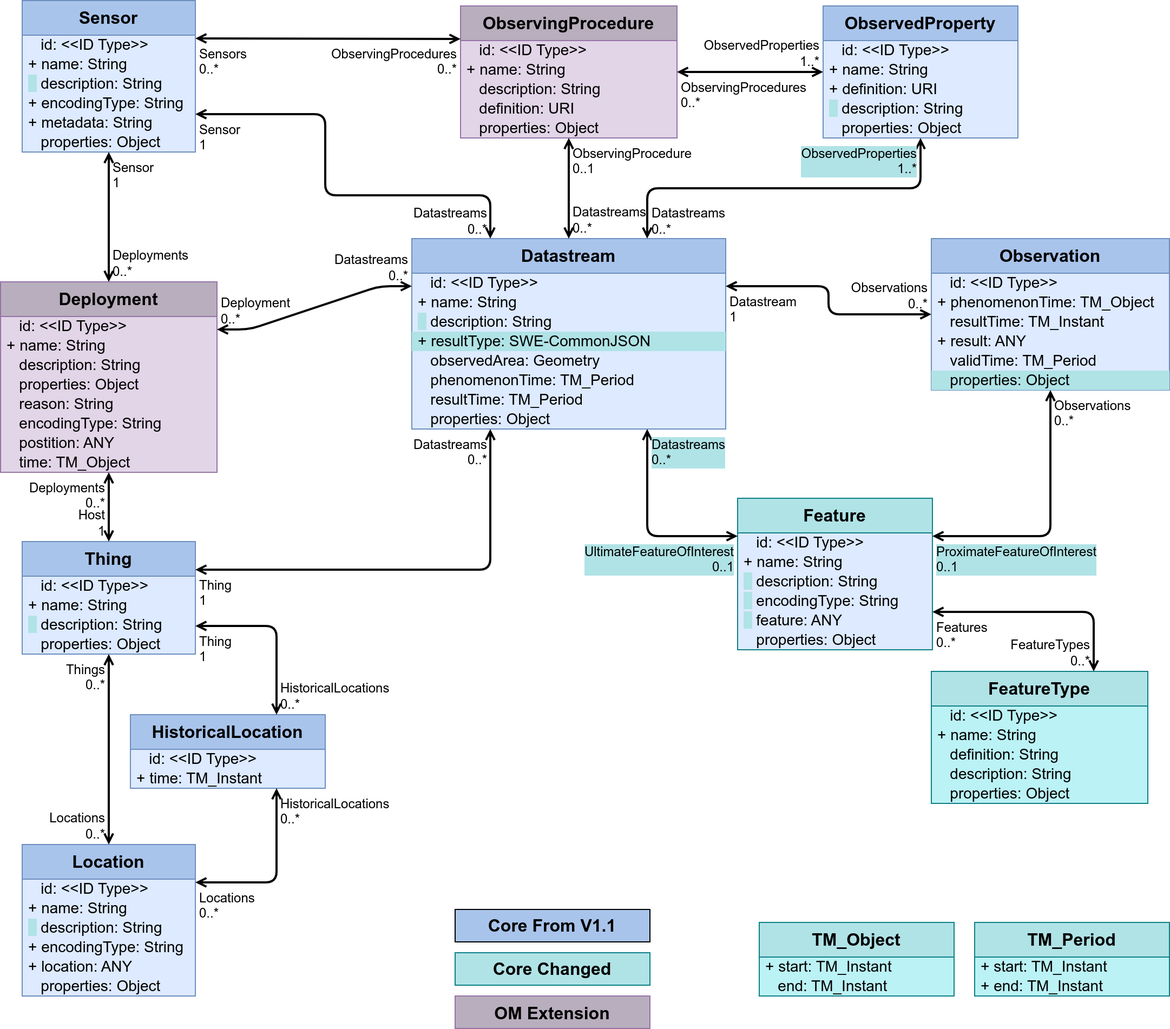
Earlier version of the draw.io export figures/Datamodel-SensorThingsApi-V2-proposal-1-OM.drawio.png (opengeospatial/sensorthings). Source tidied: cells renumbered, new cells last; positions are measured from the earlier drawing's top-left corner, leaving out a move shared by most shapes.
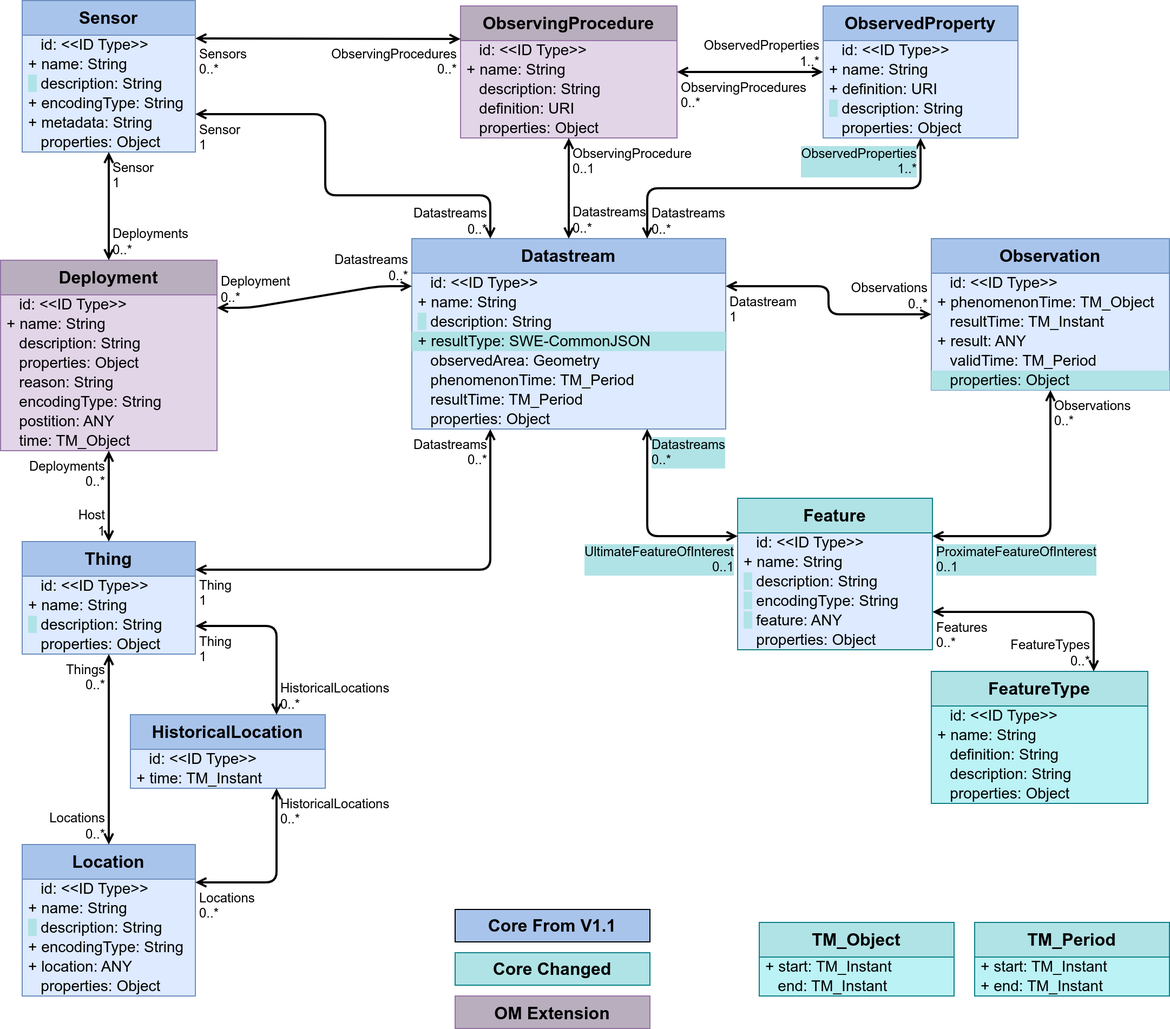
After the change.

Diff of the diagram source:
```diff
@@ -1,4 +1,4 @@
-<mxGraphModel>
+<mxGraphModel background="#ffffff">
   <root>
     <mxCell id="0" />
     <mxCell id="1" parent="0" />
@@ -30,7 +30,7 @@
       <mxGeometry y="158" width="290" height="18" as="geometry" />
     </mxCell>
     <mxCell id="11" value="Deployment" style="swimlane;fontStyle=1;horizontal=1;startSize=32;fontSize=16;whiteSpace=wrap;html=1;fillColor=#B8AEBD;strokeColor=#9673a6;swimlaneFillColor=#E1D5E7;verticalAlign=top;" parent="1" vertex="1">
-      <mxGeometry y="260" width="200" height="176" as="geometry" />
+      <mxGeometry y="240" width="200" height="176" as="geometry" />
     </mxCell>
     <mxCell id="12" value="&amp;nbsp;&amp;nbsp;&amp;nbsp;id: &amp;lt;&amp;lt;ID Type&amp;gt;&amp;gt;" style="text;strokeColor=none;fillColor=none;align=left;verticalAlign=middle;spacingLeft=4;spacingRight=4;overflow=visible;html=1;fontSize=14;" parent="11" vertex="1">
       <mxGeometry y="32" width="200" height="18" as="geometry" />
```
